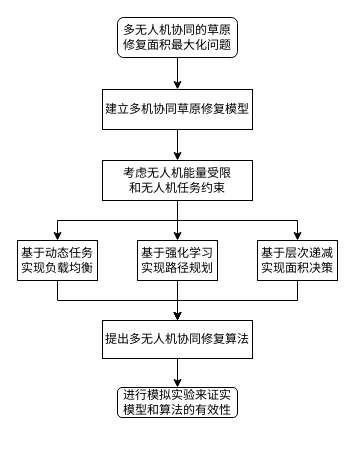
Before: graduate/ProcessOn.drawio in VictoryHero/DrawIO, a draw.io diagram. Source tidied: cells renumbered, new cells numbered last; positions are measured from the earlier drawing's top-left corner, leaving out a move shared by most shapes. Both pictures are drawn from the tidied source at 100%, with x=0, y=0 at pixel (17, 17).
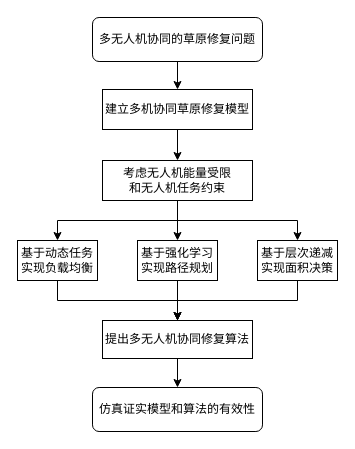
After the change.

What changed in the source:
```diff
@@
 <mxGraphModel>
   <root>
     <mxCell id="0" />
     <mxCell id="1" parent="0" />
     <mxCell id="2" style="edgeStyle=orthogonalEdgeStyle;rounded=0;jettySize=auto;html=1;exitX=0.5;exitY=1;exitDx=0;exitDy=0;" parent="1" edge="1" source="3" target="5">
       <mxGeometry relative="1" as="geometry" />
     </mxCell>
-    <mxCell id="3" value="多无人机协同的草原修复面积最大化问题" style="rounded=1;whiteSpace=wrap;html=1;glass=0;shadow=0;sketch=0;gradientColor=none;" parent="1" vertex="1">
-      <mxGeometry x="100" width="120" height="40" as="geometry" />
+    <mxCell id="3" value="多无人机协同的草原修复问题" style="rounded=1;whiteSpace=wrap;html=1;glass=0;shadow=0;sketch=0;gradientColor=none;" parent="1" vertex="1">
+      <mxGeometry x="75" width="170" height="44" as="geometry" />
     </mxCell>
     <mxCell id="4" style="edgeStyle=orthogonalEdgeStyle;rounded=0;jettySize=auto;html=1;exitX=0.5;exitY=1;exitDx=0;exitDy=0;" parent="1" edge="1" source="5" target="9">
       <mxGeometry relative="1" as="geometry" />
     </mxCell>
     <mxCell id="5" value="建立多机协同草原修复模型" style="rounded=0;whiteSpace=wrap;html=1;" parent="1" vertex="1">
       <mxGeometry x="85" y="72" width="150" height="40" as="geometry" />
     </mxCell>
     <mxCell id="6" style="edgeStyle=orthogonalEdgeStyle;rounded=0;jettySize=auto;html=1;exitX=0.5;exitY=1;exitDx=0;exitDy=0;" parent="1" edge="1" source="9" target="13">
       <mxGeometry relative="1" as="geometry" />
     </mxCell>
     <mxCell id="7" style="edgeStyle=orthogonalEdgeStyle;rounded=0;jettySize=auto;html=1;exitX=0.5;exitY=1;exitDx=0;exitDy=0;entryX=0.5;entryY=0;entryDx=0;entryDy=0;" parent="1" edge="1" source="9" target="11">
       <mxGeometry relative="1" as="geometry" />
     </mxCell>
     <mxCell id="8" style="edgeStyle=orthogonalEdgeStyle;rounded=0;jettySize=auto;html=1;exitX=0.5;exitY=1;exitDx=0;exitDy=0;entryX=0.5;entryY=0;entryDx=0;entryDy=0;" parent="1" edge="1" source="9" target="15">
       <mxGeometry relative="1" as="geometry" />
     </mxCell>
     <mxCell id="9" value="考虑无人机能量受限&lt;br&gt;和无人机任务约束" style="rounded=0;whiteSpace=wrap;html=1;" parent="1" vertex="1">
       <mxGeometry x="85" y="143" width="150" height="40" as="geometry" />
     </mxCell>
     <mxCell id="10" style="edgeStyle=orthogonalEdgeStyle;rounded=0;jettySize=auto;html=1;exitX=0.5;exitY=1;exitDx=0;exitDy=0;entryX=0.5;entryY=0;entryDx=0;entryDy=0;" parent="1" edge="1" source="11" target="17">
       <mxGeometry relative="1" as="geometry" />
     </mxCell>
     <mxCell id="11" value="基于强化学习&lt;br&gt;实现路径规划" style="rounded=0;whiteSpace=wrap;html=1;" parent="1" vertex="1">
       <mxGeometry x="120" y="223" width="80" height="40" as="geometry" />
     </mxCell>
     <mxCell id="12" style="edgeStyle=orthogonalEdgeStyle;rounded=0;jettySize=auto;html=1;exitX=0.5;exitY=1;exitDx=0;exitDy=0;" parent="1" edge="1" source="13" target="17">
       <mxGeometry relative="1" as="geometry" />
     </mxCell>
     <mxCell id="13" value="基于动态任务&lt;br&gt;实现负载均衡" style="rounded=0;whiteSpace=wrap;html=1;" parent="1" vertex="1">
       <mxGeometry y="223" width="80" height="40" as="geometry" />
     </mxCell>
     <mxCell id="14" style="edgeStyle=orthogonalEdgeStyle;rounded=0;jettySize=auto;html=1;exitX=0.5;exitY=1;exitDx=0;exitDy=0;entryX=0.5;entryY=0;entryDx=0;entryDy=0;" parent="1" edge="1" source="15" target="17">
       <mxGeometry relative="1" as="geometry" />
     </mxCell>
     <mxCell id="15" value="基于层次递减&lt;br&gt;实现面积决策" style="rounded=0;whiteSpace=wrap;html=1;" parent="1" vertex="1">
       <mxGeometry x="240" y="223" width="80" height="40" as="geometry" />
     </mxCell>
     <mxCell id="16" style="edgeStyle=orthogonalEdgeStyle;rounded=0;jettySize=auto;html=1;exitX=0.5;exitY=1;exitDx=0;exitDy=0;entryX=0.5;entryY=0;entryDx=0;entryDy=0;" parent="1" edge="1" source="17" target="18">
       <mxGeometry relative="1" as="geometry" />
     </mxCell>
     <mxCell id="17" value="提出多无人机协同修复算法" style="rounded=0;whiteSpace=wrap;html=1;" parent="1" vertex="1">
       <mxGeometry x="85" y="303" width="150" height="38" as="geometry" />
     </mxCell>
-    <mxCell id="18" value="进行模拟实验来证实&lt;br&gt;模型和算法的有效性" style="rounded=1;whiteSpace=wrap;html=1;glass=0;shadow=0;sketch=0;gradientColor=none;" parent="1" vertex="1">
-      <mxGeometry x="100" y="370" width="120" height="30" as="geometry" />
+    <mxCell id="18" value="仿真证实模型和算法的有效性" style="rounded=1;whiteSpace=wrap;html=1;glass=0;shadow=0;sketch=0;gradientColor=none;" parent="1" vertex="1">
+      <mxGeometry x="75" y="370" width="170" height="44" as="geometry" />
     </mxCell>
   </root>
 </mxGraphModel>
```
